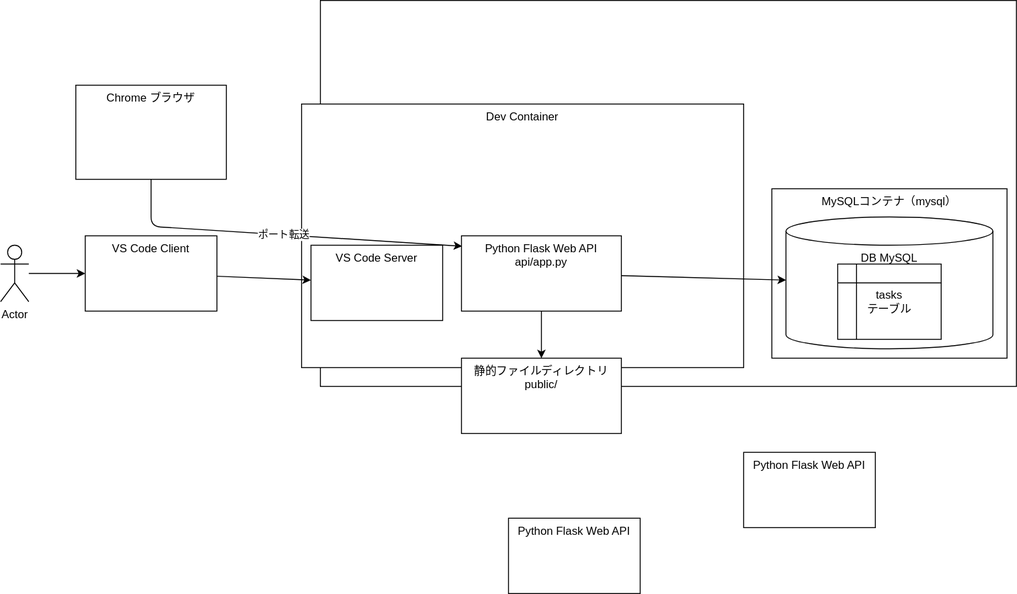
Before: docs/architecture.drawio.svg, a diagram exported from draw.io (vscodejp/codespaces-handson). Source tidied: cells renumbered, new cells last; positions are measured from the earlier drawing's top-left corner, leaving out a move shared by most shapes.
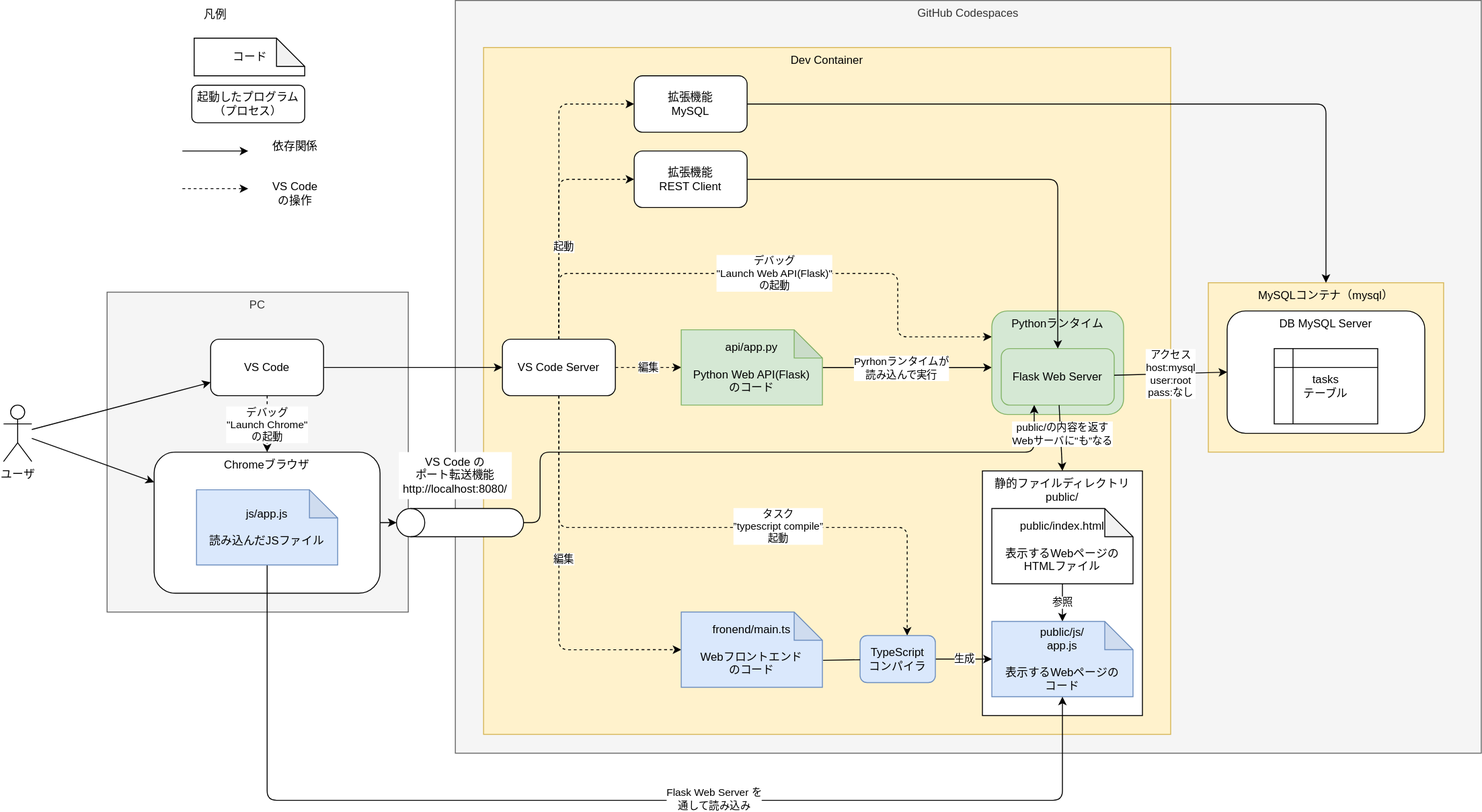
The same diagram one commit later.

Change to the diagram source:
```diff
@@ -2,63 +2,240 @@
   <root>
     <mxCell id="0" />
     <mxCell id="1" parent="0" />
+    <mxCell id="20" value="PC" style="rounded=0;whiteSpace=wrap;html=1;verticalAlign=top;fillColor=#f5f5f5;fontColor=#333333;strokeColor=#666666;" parent="1" vertex="1">
+      <mxGeometry x="-80" y="210" width="320" height="340" as="geometry" />
+    </mxCell>
-    <mxCell id="2" style="rounded=0;whiteSpace=wrap;html=1;" parent="1" vertex="1">
-      <mxGeometry x="340" width="740" height="410" as="geometry" />
+    <mxCell id="2" value="GitHub Codespaces" style="rounded=0;whiteSpace=wrap;html=1;verticalAlign=top;fillColor=#f5f5f5;fontColor=#333333;strokeColor=#666666;" parent="1" vertex="1">
+      <mxGeometry x="290" y="-100" width="1090" height="800" as="geometry" />
     </mxCell>
-    <mxCell id="3" value="MySQLコンテナ（mysql）" style="rounded=0;whiteSpace=wrap;html=1;verticalAlign=top;" parent="1" vertex="1">
-      <mxGeometry x="820" y="200" width="250" height="180" as="geometry" />
+    <mxCell id="3" value="MySQLコンテナ（mysql）" style="rounded=0;whiteSpace=wrap;html=1;verticalAlign=top;fillColor=#fff2cc;strokeColor=#d6b656;" parent="1" vertex="1">
+      <mxGeometry x="1090" y="200" width="250" height="180" as="geometry" />
     </mxCell>
-    <mxCell id="4" value="DB MySQL" style="shape=cylinder3;whiteSpace=wrap;html=1;boundedLbl=1;backgroundOutline=1;size=15;verticalAlign=top;" parent="1" vertex="1">
-      <mxGeometry x="835" y="230" width="220" height="140" as="geometry" />
-    </mxCell>
-    <mxCell id="5" value="VS Code Client" style="rounded=0;whiteSpace=wrap;html=1;verticalAlign=top;" parent="1" vertex="1">
-      <mxGeometry x="90" y="250" width="140" height="80" as="geometry" />
-    </mxCell>
-    <mxCell id="6" style="edgeStyle=none;html=1;entryX=0;entryY=0.5;entryDx=0;entryDy=0;" parent="1" edge="1" source="7" target="5">
+    <mxCell id="6" style="edgeStyle=none;html=1;" parent="1" edge="1" source="7" target="30">
       <mxGeometry relative="1" as="geometry" />
     </mxCell>
+    <mxCell id="21" style="html=1;" parent="1" edge="1" source="7" target="43">
+      <mxGeometry relative="1" as="geometry" />
+    </mxCell>
-    <mxCell id="7" value="Actor" style="shape=umlActor;verticalLabelPosition=bottom;verticalAlign=top;html=1;outlineConnect=0;" parent="1" vertex="1">
-      <mxGeometry y="260" width="30" height="60" as="geometry" />
+    <mxCell id="7" value="ユーザ" style="shape=umlActor;verticalLabelPosition=bottom;verticalAlign=top;html=1;outlineConnect=0;" parent="1" vertex="1">
+      <mxGeometry x="-190" y="330" width="30" height="60" as="geometry" />
     </mxCell>
+    <mxCell id="9" value="Dev Container" style="rounded=0;whiteSpace=wrap;html=1;verticalAlign=top;fillColor=#fff2cc;strokeColor=#d6b656;" parent="1" vertex="1">
+      <mxGeometry x="320" y="-50" width="730" height="730" as="geometry" />
+    </mxCell>
+    <mxCell id="13" style="edgeStyle=none;html=1;entryX=0;entryY=0.5;entryDx=0;entryDy=0;" parent="1" edge="1" source="30" target="10">
+      <mxGeometry relative="1" as="geometry" />
+    </mxCell>
+    <mxCell id="19" value="静的ファイルディレクトリ&lt;br&gt;public/" style="rounded=0;whiteSpace=wrap;html=1;verticalAlign=top;" parent="1" vertex="1">
+      <mxGeometry x="850" y="400" width="170" height="260" as="geometry" />
+    </mxCell>
+    <mxCell id="22" style="html=1;dashed=1;edgeStyle=orthogonalEdgeStyle;" parent="1" edge="1" source="10" target="49">
+      <mxGeometry relative="1" as="geometry">
+        <Array as="points">
+          <mxPoint x="400" y="90" />
+        </Array>
+      </mxGeometry>
+    </mxCell>
+    <mxCell id="23" value="編集" style="edgeStyle=orthogonalEdgeStyle;html=1;dashed=1;" parent="1" edge="1" source="10" target="34">
+      <mxGeometry relative="1" as="geometry" />
+    </mxCell>
+    <mxCell id="24" style="edgeStyle=orthogonalEdgeStyle;html=1;entryX=0;entryY=0.5;entryDx=0;entryDy=0;entryPerimeter=0;dashed=1;" parent="1" edge="1" source="10" target="39">
+      <mxGeometry relative="1" as="geometry">
+        <Array as="points">
+          <mxPoint x="400" y="590" />
+        </Array>
+      </mxGeometry>
+    </mxCell>
+    <mxCell id="25" value="編集" style="edgeLabel;html=1;align=center;verticalAlign=middle;" parent="24" vertex="1">
+      <mxGeometry x="-0.14" y="4" relative="1" as="geometry" />
+    </mxCell>
+    <mxCell id="26" style="edgeStyle=orthogonalEdgeStyle;html=1;dashed=1;" parent="1" edge="1" source="10" target="40">
+      <mxGeometry relative="1" as="geometry">
+        <Array as="points">
+          <mxPoint x="400" y="460" />
+          <mxPoint x="770" y="460" />
+        </Array>
+      </mxGeometry>
+    </mxCell>
+    <mxCell id="27" value="タスク&lt;br&gt;”typescript compile”&lt;br&gt;起動" style="edgeLabel;html=1;align=center;verticalAlign=middle;" parent="26" vertex="1">
+      <mxGeometry x="0.19" y="2" relative="1" as="geometry">
+        <mxPoint x="1" as="offset" />
+      </mxGeometry>
+    </mxCell>
+    <mxCell id="28" value="デバッグ&lt;br&gt;&quot;Launch Web API(Flask)&quot;&lt;br&gt;の起動" style="edgeStyle=orthogonalEdgeStyle;html=1;dashed=1;entryX=0;entryY=0.25;entryDx=0;entryDy=0;" parent="1" edge="1" source="10" target="57">
+      <mxGeometry relative="1" as="geometry">
+        <Array as="points">
+          <mxPoint x="400" y="190" />
+          <mxPoint x="760" y="190" />
+          <mxPoint x="760" y="258" />
+        </Array>
+      </mxGeometry>
+    </mxCell>
+    <mxCell id="10" value="VS Code Server" style="rounded=1;whiteSpace=wrap;html=1;" parent="1" vertex="1">
+      <mxGeometry x="340" y="260" width="120" height="60" as="geometry" />
+    </mxCell>
+    <mxCell id="29" value="デバッグ&lt;br&gt;&quot;Launch Chrome&quot;&lt;br&gt;の起動" style="edgeStyle=orthogonalEdgeStyle;html=1;dashed=1;" parent="1" edge="1" source="30" target="43">
+      <mxGeometry relative="1" as="geometry">
+        <Array as="points">
+          <mxPoint x="90" y="350" />
+          <mxPoint x="90" y="350" />
+        </Array>
+      </mxGeometry>
+    </mxCell>
+    <mxCell id="30" value="VS Code" style="rounded=1;whiteSpace=wrap;html=1;" parent="1" vertex="1">
+      <mxGeometry x="30" y="260" width="120" height="60" as="geometry" />
+    </mxCell>
+    <mxCell id="31" value="DB MySQL Server" style="rounded=1;whiteSpace=wrap;html=1;verticalAlign=top;" parent="1" vertex="1">
+      <mxGeometry x="1110" y="230" width="210" height="130" as="geometry" />
+    </mxCell>
     <mxCell id="8" value="tasks&lt;br&gt;テーブル" style="shape=internalStorage;whiteSpace=wrap;html=1;backgroundOutline=1;" parent="1" vertex="1">
-      <mxGeometry x="890" y="280" width="110" height="80" as="geometry" />
+      <mxGeometry x="1160" y="270" width="110" height="80" as="geometry" />
     </mxCell>
-    <mxCell id="9" value="Dev Container" style="rounded=0;whiteSpace=wrap;html=1;verticalAlign=top;" parent="1" vertex="1">
-      <mxGeometry x="320" y="110" width="470" height="280" as="geometry" />
-    </mxCell>
-    <mxCell id="10" value="VS Code Server" style="rounded=0;whiteSpace=wrap;html=1;verticalAlign=top;" parent="1" vertex="1">
-      <mxGeometry x="330" y="260" width="140" height="80" as="geometry" />
-    </mxCell>
-    <mxCell id="11" value="ポート転送" style="edgeStyle=none;html=1;entryX=0.004;entryY=0.138;entryDx=0;entryDy=0;entryPerimeter=0;" parent="1" edge="1" source="12" target="16">
-      <mxGeometry relative="1" as="geometry">
-        <Array as="points">
-          <mxPoint x="160" y="240" />
-        </Array>
-      </mxGeometry>
-    </mxCell>
-    <mxCell id="12" value="Chrome ブラウザ" style="rounded=0;whiteSpace=wrap;html=1;verticalAlign=top;" parent="1" vertex="1">
-      <mxGeometry x="80" y="90" width="160" height="100" as="geometry" />
-    </mxCell>
-    <mxCell id="13" style="edgeStyle=none;html=1;" parent="1" edge="1" source="5" target="10">
-      <mxGeometry relative="1" as="geometry" />
-    </mxCell>
-    <mxCell id="14" style="edgeStyle=none;html=1;" parent="1" edge="1" source="16" target="4">
-      <mxGeometry relative="1" as="geometry" />
-    </mxCell>
-    <mxCell id="15" style="edgeStyle=none;html=1;entryX=0.5;entryY=0;entryDx=0;entryDy=0;" parent="1" edge="1" source="16" target="19">
-      <mxGeometry relative="1" as="geometry" />
-    </mxCell>
-    <mxCell id="16" value="Python Flask Web API&lt;br&gt;api/app.py" style="rounded=0;whiteSpace=wrap;html=1;verticalAlign=top;" parent="1" vertex="1">
-      <mxGeometry x="490" y="250" width="170" height="80" as="geometry" />
-    </mxCell>
-    <mxCell id="17" value="Python Flask Web API" style="rounded=0;whiteSpace=wrap;html=1;verticalAlign=top;" parent="1" vertex="1">
-      <mxGeometry x="540" y="550" width="140" height="80" as="geometry" />
-    </mxCell>
-    <mxCell id="18" value="Python Flask Web API" style="rounded=0;whiteSpace=wrap;html=1;verticalAlign=top;" parent="1" vertex="1">
-      <mxGeometry x="790" y="480" width="140" height="80" as="geometry" />
-    </mxCell>
-    <mxCell id="19" value="静的ファイルディレクトリ&lt;br&gt;public/" style="rounded=0;whiteSpace=wrap;html=1;verticalAlign=top;" parent="1" vertex="1">
-      <mxGeometry x="490" y="380" width="170" height="80" as="geometry" />
-    </mxCell>
+    <mxCell id="32" style="edgeStyle=orthogonalEdgeStyle;html=1;" parent="1" edge="1" source="34" target="57">
+      <mxGeometry relative="1" as="geometry">
+        <Array as="points">
+          <mxPoint x="810" y="290" />
+          <mxPoint x="810" y="290" />
+        </Array>
+      </mxGeometry>
+    </mxCell>
+    <mxCell id="33" value="Pyrhonランタイムが&lt;br&gt;読み込んで実行" style="edgeLabel;html=1;align=center;verticalAlign=middle;" parent="32" vertex="1">
+      <mxGeometry x="0.38" relative="1" as="geometry">
+        <mxPoint x="-41" as="offset" />
+      </mxGeometry>
+    </mxCell>
+    <mxCell id="34" value="api/app.py&lt;br&gt;&lt;br&gt;Python Web API(Flask)&lt;br&gt;のコード" style="shape=note;whiteSpace=wrap;html=1;backgroundOutline=1;darkOpacity=0.05;fillColor=#d5e8d4;strokeColor=#82b366;" parent="1" vertex="1">
+      <mxGeometry x="530" y="250" width="150" height="80" as="geometry" />
+    </mxCell>
+    <mxCell id="35" value="参照" style="edgeStyle=none;html=1;entryX=0.5;entryY=0;entryDx=0;entryDy=0;entryPerimeter=0;" parent="1" edge="1" source="36" target="37">
+      <mxGeometry relative="1" as="geometry" />
+    </mxCell>
+    <mxCell id="36" value="public/index.html&lt;br&gt;&lt;br&gt;表示するWebページの&lt;br&gt;HTMLファイル" style="shape=note;whiteSpace=wrap;html=1;backgroundOutline=1;darkOpacity=0.05;" parent="1" vertex="1">
+      <mxGeometry x="860" y="440" width="150" height="80" as="geometry" />
+    </mxCell>
+    <mxCell id="37" value="public/js/&lt;br&gt;app.js&lt;br&gt;&lt;br&gt;表示するWebページの&lt;br&gt;コード" style="shape=note;whiteSpace=wrap;html=1;backgroundOutline=1;darkOpacity=0.05;fillColor=#dae8fc;strokeColor=#6c8ebf;" parent="1" vertex="1">
+      <mxGeometry x="860" y="560" width="150" height="80" as="geometry" />
+    </mxCell>
+    <mxCell id="38" value="生成" style="edgeStyle=none;html=1;startArrow=none;" parent="1" edge="1" source="40" target="37">
+      <mxGeometry relative="1" as="geometry" />
+    </mxCell>
+    <mxCell id="39" value="fronend/main.ts&lt;br&gt;&lt;br&gt;Webフロントエンド&lt;br&gt;のコード" style="shape=note;whiteSpace=wrap;html=1;backgroundOutline=1;darkOpacity=0.05;fillColor=#dae8fc;strokeColor=#6c8ebf;" parent="1" vertex="1">
+      <mxGeometry x="530" y="550" width="150" height="80" as="geometry" />
+    </mxCell>
+    <mxCell id="40" value="TypeScript&lt;br&gt;コンパイラ" style="rounded=1;whiteSpace=wrap;html=1;fillColor=#dae8fc;strokeColor=#6c8ebf;" parent="1" vertex="1">
+      <mxGeometry x="720" y="575" width="80" height="50" as="geometry" />
+    </mxCell>
+    <mxCell id="41" style="edgeStyle=none;html=1;endArrow=none;exitX=1.005;exitY=0.641;exitDx=0;exitDy=0;exitPerimeter=0;" parent="1" edge="1" source="39" target="40">
+      <mxGeometry relative="1" as="geometry" />
+    </mxCell>
+    <mxCell id="42" style="edgeStyle=orthogonalEdgeStyle;html=1;entryX=0.5;entryY=0;entryDx=0;entryDy=0;entryPerimeter=0;" parent="1" edge="1" source="43" target="44">
+      <mxGeometry relative="1" as="geometry" />
+    </mxCell>
+    <mxCell id="43" value="Chromeブラウザ" style="rounded=1;whiteSpace=wrap;html=1;align=center;verticalAlign=top;" parent="1" vertex="1">
+      <mxGeometry x="-30" y="380" width="240" height="150" as="geometry" />
+    </mxCell>
+    <mxCell id="44" style="shape=cylinder3;whiteSpace=wrap;html=1;boundedLbl=1;backgroundOutline=1;size=15;rotation=-90;" parent="1" vertex="1">
+      <mxGeometry x="280" y="387.5" width="30" height="135" as="geometry" />
+    </mxCell>
+    <mxCell id="45" value="VS Code の&lt;br&gt;ポート転送機能&lt;br&gt;http://localhost:8080/" style="text;html=1;align=center;verticalAlign=middle;whiteSpace=wrap;rounded=0;fillColor=default;" parent="1" vertex="1">
+      <mxGeometry x="230" y="380" width="120" height="50" as="geometry" />
+    </mxCell>
+    <mxCell id="46" value="コード" style="shape=note;whiteSpace=wrap;html=1;backgroundOutline=1;darkOpacity=0.05;" parent="1" vertex="1">
+      <mxGeometry x="12.5" y="-60" width="117.5" height="40" as="geometry" />
+    </mxCell>
+    <mxCell id="47" style="edgeStyle=orthogonalEdgeStyle;html=1;" parent="1" edge="1" source="48" target="3">
+      <mxGeometry relative="1" as="geometry">
+        <Array as="points">
+          <mxPoint x="1215" y="10" />
+        </Array>
+      </mxGeometry>
+    </mxCell>
+    <mxCell id="48" value="拡張機能&lt;br&gt;MySQL" style="rounded=1;whiteSpace=wrap;html=1;" parent="1" vertex="1">
+      <mxGeometry x="480" y="-20" width="120" height="60" as="geometry" />
+    </mxCell>
+    <mxCell id="49" value="拡張機能&lt;br&gt;REST Client" style="rounded=1;whiteSpace=wrap;html=1;" parent="1" vertex="1">
+      <mxGeometry x="480" y="60" width="120" height="60" as="geometry" />
+    </mxCell>
+    <mxCell id="50" value="起動したプログラム&lt;br&gt;（プロセス）" style="rounded=1;whiteSpace=wrap;html=1;" parent="1" vertex="1">
+      <mxGeometry x="10" y="-10" width="120" height="40" as="geometry" />
+    </mxCell>
+    <mxCell id="51" value="凡例" style="text;html=1;strokeColor=none;fillColor=none;align=center;verticalAlign=middle;whiteSpace=wrap;rounded=0;" parent="1" vertex="1">
+      <mxGeometry x="5" y="-100" width="60" height="30" as="geometry" />
+    </mxCell>
+    <mxCell id="52" style="edgeStyle=orthogonalEdgeStyle;html=1;entryX=0.5;entryY=1;entryDx=0;entryDy=0;entryPerimeter=0;" parent="1" edge="1" source="54" target="37">
+      <mxGeometry relative="1" as="geometry">
+        <Array as="points">
+          <mxPoint x="90" y="750" />
+          <mxPoint x="935" y="750" />
+        </Array>
+      </mxGeometry>
+    </mxCell>
+    <mxCell id="53" value="Flask Web Server を&lt;br&gt;通して読み込み" style="edgeLabel;html=1;align=center;verticalAlign=middle;" parent="52" vertex="1">
+      <mxGeometry x="0.2" y="2" relative="1" as="geometry" />
+    </mxCell>
+    <mxCell id="54" value="js/app.js&lt;br&gt;&lt;br&gt;読み込んだJSファイル" style="shape=note;whiteSpace=wrap;html=1;backgroundOutline=1;darkOpacity=0.05;fillColor=#dae8fc;strokeColor=#6c8ebf;" parent="1" vertex="1">
+      <mxGeometry x="15" y="420" width="150" height="80" as="geometry" />
+    </mxCell>
+    <mxCell id="55" style="html=1;dashed=1;edgeStyle=orthogonalEdgeStyle;entryX=0;entryY=0.5;entryDx=0;entryDy=0;" parent="1" edge="1" target="48">
+      <mxGeometry relative="1" as="geometry">
+        <mxPoint x="400" y="260" as="sourcePoint" />
+        <Array as="points">
+          <mxPoint x="400" y="10" />
+        </Array>
+      </mxGeometry>
+    </mxCell>
+    <mxCell id="56" value="起動" style="edgeLabel;html=1;align=center;verticalAlign=middle;" parent="55" vertex="1">
+      <mxGeometry x="-0.4" y="-3" relative="1" as="geometry">
+        <mxPoint x="1" as="offset" />
+      </mxGeometry>
+    </mxCell>
+    <mxCell id="57" value="Pythonランタイム" style="rounded=1;whiteSpace=wrap;html=1;fillColor=#d5e8d4;strokeColor=#82b366;verticalAlign=top;" parent="1" vertex="1">
+      <mxGeometry x="860" y="230" width="140" height="110" as="geometry" />
+    </mxCell>
+    <mxCell id="58" value="Flask Web Server" style="rounded=1;whiteSpace=wrap;html=1;fillColor=#d5e8d4;strokeColor=#82b366;" parent="1" vertex="1">
+      <mxGeometry x="870" y="270" width="120" height="60" as="geometry" />
+    </mxCell>
+    <mxCell id="59" style="edgeStyle=orthogonalEdgeStyle;html=1;" parent="1" edge="1" source="49" target="58">
+      <mxGeometry relative="1" as="geometry" />
+    </mxCell>
+    <mxCell id="60" style="edgeStyle=orthogonalEdgeStyle;html=1;exitX=0.5;exitY=1;exitDx=0;exitDy=0;exitPerimeter=0;" parent="1" edge="1" source="44">
+      <mxGeometry relative="1" as="geometry">
+        <mxPoint x="905" y="330" as="targetPoint" />
+        <Array as="points">
+          <mxPoint x="380" y="455" />
+          <mxPoint x="380" y="380" />
+          <mxPoint x="905" y="380" />
+        </Array>
+      </mxGeometry>
+    </mxCell>
+    <mxCell id="61" style="html=1;entryX=0.5;entryY=0;entryDx=0;entryDy=0;" parent="1" edge="1" source="58" target="19">
+      <mxGeometry relative="1" as="geometry" />
+    </mxCell>
+    <mxCell id="62" value="public/の内容を返す&lt;br&gt;Webサーバに&quot;も”なる" style="edgeLabel;html=1;align=center;verticalAlign=middle;" parent="61" vertex="1">
+      <mxGeometry x="-0.14" relative="1" as="geometry">
+        <mxPoint x="1" as="offset" />
+      </mxGeometry>
+    </mxCell>
+    <mxCell id="63" value="アクセス&lt;br&gt;host:mysql&lt;br&gt;user:root&lt;br&gt;pass:なし" style="edgeStyle=none;html=1;entryX=0;entryY=0.5;entryDx=0;entryDy=0;" parent="1" edge="1" source="58" target="31">
+      <mxGeometry relative="1" as="geometry" />
+    </mxCell>
+    <mxCell id="64" style="endArrow=classic;html=1;dashed=1;" parent="1" edge="1">
+      <mxGeometry relative="1" as="geometry">
+        <mxPoint y="100" as="sourcePoint" />
+        <mxPoint x="70" y="100" as="targetPoint" />
+      </mxGeometry>
+    </mxCell>
+    <mxCell id="65" style="endArrow=classic;html=1;" parent="1" edge="1">
+      <mxGeometry relative="1" as="geometry">
+        <mxPoint y="60" as="sourcePoint" />
+        <mxPoint x="70" y="60" as="targetPoint" />
+      </mxGeometry>
+    </mxCell>
+    <mxCell id="66" value="依存関係" style="text;html=1;strokeColor=none;fillColor=none;align=center;verticalAlign=middle;whiteSpace=wrap;rounded=0;" parent="1" vertex="1">
+      <mxGeometry x="90" y="40" width="60" height="30" as="geometry" />
+    </mxCell>
+    <mxCell id="67" value="VS Codeの操作" style="text;html=1;strokeColor=none;fillColor=none;align=center;verticalAlign=middle;whiteSpace=wrap;rounded=0;" parent="1" vertex="1">
+      <mxGeometry x="90" y="90" width="60" height="30" as="geometry" />
+    </mxCell>
   </root>
 </mxGraphModel>
```
